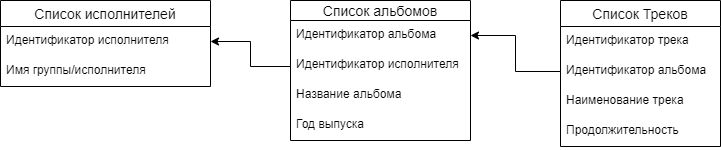
Above: music.drawio.png in TushkovSergey/music (draw.io), before the change. Source tidied: cells renumbered, new cells last; positions are measured from the earlier drawing's top-left corner, leaving out a move shared by most shapes.
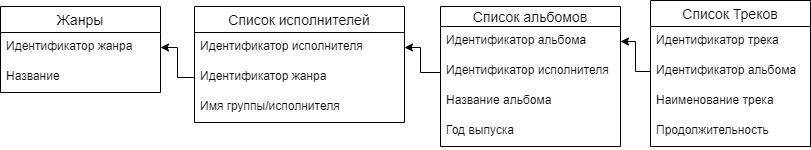
Above is the later version.

The edit, as a diff of the source:
```diff
@@ -3,16 +3,19 @@
     <mxCell id="0" />
     <mxCell id="1" parent="0" />
     <mxCell id="2" value="Список исполнителей" style="swimlane;fontStyle=0;horizontal=1;startSize=26;align=center;fontSize=14;" parent="1" vertex="1">
-      <mxGeometry width="210" height="86" as="geometry" />
+      <mxGeometry x="174" width="210" height="116" as="geometry" />
     </mxCell>
     <mxCell id="3" value="Идентификатор исполнителя" style="text;strokeColor=none;fillColor=none;spacingLeft=4;spacingRight=4;overflow=hidden;points=[[0,0.5],[1,0.5]];portConstraint=eastwest;fontSize=12;" parent="2" vertex="1">
       <mxGeometry y="26" width="210" height="30" as="geometry" />
     </mxCell>
+    <mxCell id="17" value="Идентификатор жанра" style="text;strokeColor=none;fillColor=none;spacingLeft=4;spacingRight=4;overflow=hidden;points=[[0,0.5],[1,0.5]];portConstraint=eastwest;fontSize=12;" parent="2" vertex="1">
+      <mxGeometry y="56" width="210" height="30" as="geometry" />
+    </mxCell>
     <mxCell id="4" value="Имя группы/исполнителя" style="text;strokeColor=none;fillColor=none;spacingLeft=4;spacingRight=4;overflow=hidden;fontSize=12;" parent="2" vertex="1">
-      <mxGeometry y="56" width="210" height="30" as="geometry" />
+      <mxGeometry y="86" width="210" height="30" as="geometry" />
     </mxCell>
     <mxCell id="5" value="Список альбомов" style="swimlane;fontStyle=0;horizontal=1;startSize=20;align=center;fontSize=14;" parent="1" vertex="1">
-      <mxGeometry x="290" width="180" height="140" as="geometry" />
+      <mxGeometry x="420" width="180" height="140" as="geometry" />
     </mxCell>
     <mxCell id="6" value="Идентификатор альбома" style="text;strokeColor=none;fillColor=none;spacingLeft=4;spacingRight=4;overflow=hidden;points=[[0,0.5],[1,0.5]];portConstraint=eastwest;fontSize=12;" parent="5" vertex="1">
       <mxGeometry y="20" width="180" height="30" as="geometry" />
@@ -27,7 +30,7 @@
       <mxGeometry y="110" width="180" height="30" as="geometry" />
     </mxCell>
     <mxCell id="10" value="Список Треков" style="swimlane;fontStyle=0;horizontal=1;startSize=26;align=center;fontSize=14;" parent="1" vertex="1">
-      <mxGeometry x="560" width="160" height="146" as="geometry" />
+      <mxGeometry x="630" y="-6" width="160" height="146" as="geometry" />
     </mxCell>
     <mxCell id="11" value="Идентификатор трека" style="text;strokeColor=none;fillColor=none;spacingLeft=4;spacingRight=4;overflow=hidden;fontSize=12;" parent="10" vertex="1">
       <mxGeometry y="26" width="160" height="30" as="geometry" />
@@ -44,14 +47,26 @@
     <mxCell id="15" style="endArrow=classic;html=1;rounded=0;edgeStyle=orthogonalEdgeStyle;exitX=0;exitY=0.5;exitDx=0;exitDy=0;entryX=1;entryY=0.5;entryDx=0;entryDy=0;" parent="1" edge="1" source="12" target="6">
       <mxGeometry relative="1" as="geometry" />
     </mxCell>
-    <mxCell id="16" style="endArrow=classic;html=1;rounded=0;edgeStyle=orthogonalEdgeStyle;exitX=0;exitY=0.5;exitDx=0;exitDy=0;entryX=1;entryY=0.5;entryDx=0;entryDy=0;" parent="1" edge="1" target="3">
+    <mxCell id="16" style="endArrow=classic;html=1;rounded=0;edgeStyle=orthogonalEdgeStyle;exitX=0;exitY=0.5;exitDx=0;exitDy=0;entryX=1;entryY=0.5;entryDx=0;entryDy=0;" parent="1" edge="1" source="7" target="3">
       <mxGeometry relative="1" as="geometry">
-        <mxPoint x="290" y="66" as="sourcePoint" />
         <Array as="points">
-          <mxPoint x="250" y="66" />
-          <mxPoint x="250" y="41" />
+          <mxPoint x="420" y="66" />
+          <mxPoint x="400" y="66" />
+          <mxPoint x="400" y="41" />
         </Array>
       </mxGeometry>
     </mxCell>
+    <mxCell id="18" value="Жанры" style="swimlane;fontStyle=0;horizontal=1;startSize=26;align=center;fontSize=14;" parent="1" vertex="1">
+      <mxGeometry x="-20" width="160" height="86" as="geometry" />
+    </mxCell>
+    <mxCell id="19" value="Идентификатор жанра" style="text;strokeColor=none;fillColor=none;spacingLeft=4;spacingRight=4;overflow=hidden;points=[[0,0.5],[1,0.5]];portConstraint=eastwest;fontSize=12;" parent="18" vertex="1">
+      <mxGeometry y="26" width="160" height="30" as="geometry" />
+    </mxCell>
+    <mxCell id="20" value="Название" style="text;strokeColor=none;fillColor=none;spacingLeft=4;spacingRight=4;overflow=hidden;fontSize=12;" parent="18" vertex="1">
+      <mxGeometry y="56" width="160" height="30" as="geometry" />
+    </mxCell>
+    <mxCell id="21" style="endArrow=classic;html=1;rounded=0;edgeStyle=orthogonalEdgeStyle;entryX=1;entryY=0.5;entryDx=0;entryDy=0;exitX=0;exitY=0.5;exitDx=0;exitDy=0;" parent="1" edge="1" source="17" target="19">
+      <mxGeometry relative="1" as="geometry" />
+    </mxCell>
   </root>
 </mxGraphModel>
```
